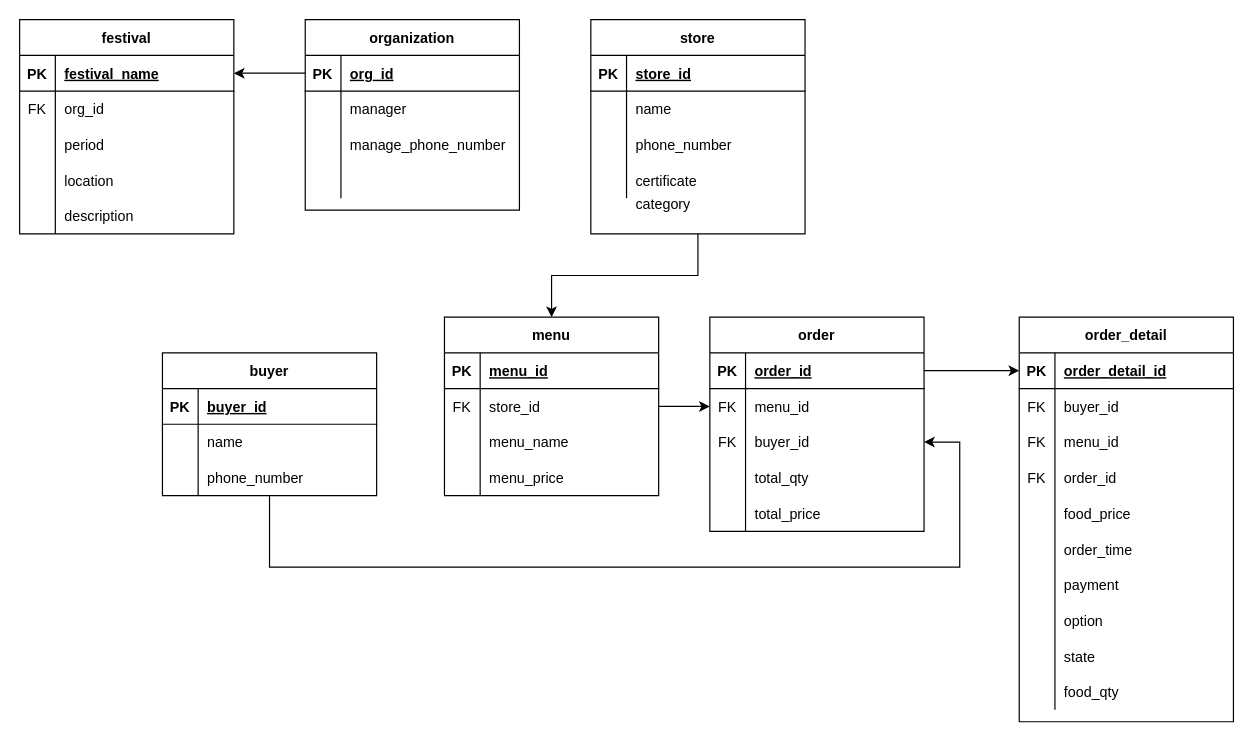
Earlier version of the draw.io diagram DB Diagram.drawio (jaden7856/Goblin_DB_Schema). Source tidied: cells renumbered, new cells numbered last; positions are measured from the earlier drawing's top-left corner, leaving out a move shared by most shapes. Both pictures are drawn from the tidied source at 119%, with x=0, y=0 at pixel (19, 19).
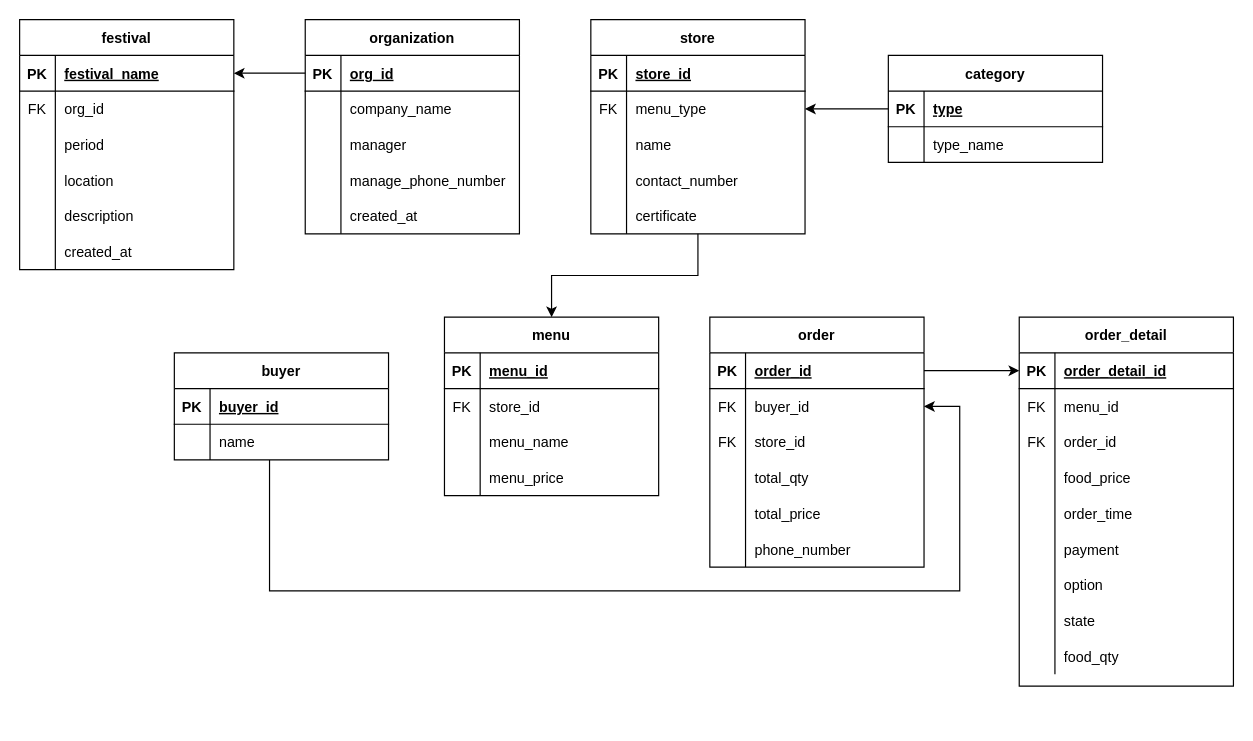
After the change.

Unchanged cells that the change refers to:
```xml
<mxCell id="3" value="store" style="shape=table;startSize=30;childLayout=tableLayout;rowLines=0;fontStyle=1;align=center;" parent="1" vertex="1">
  <mxGeometry x="480" width="180" height="180" as="geometry" />
</mxCell>
<mxCell id="77" value="menu" style="shape=table;startSize=30;childLayout=tableLayout;rowLines=0;fontStyle=1;align=center;" parent="1" vertex="1">
  <mxGeometry x="357" y="250" width="180" height="150" as="geometry" />
</mxCell>
```

Diff of the diagram source:
```diff
@@
+    <mxCell id="122" style="shape=partialRectangle;fillColor=none;top=0;left=0;bottom=0;right=0;points=[[0,0.5],[1,0.5]];portConstraint=eastwest;" parent="3" vertex="1">
+      <mxGeometry y="60" width="180" height="30" as="geometry" />
+    </mxCell>
+    <mxCell id="123" value="FK" style="shape=partialRectangle;fillColor=none;top=0;left=0;bottom=0;right=0;overflow=hidden;" parent="122" vertex="1">
+      <mxGeometry width="30" height="30" as="geometry" />
+    </mxCell>
+    <mxCell id="124" value="menu_type" style="shape=partialRectangle;fillColor=none;top=0;left=0;bottom=0;right=0;align=left;spacingLeft=6;overflow=hidden;" parent="122" vertex="1">
+      <mxGeometry x="30" width="150" height="30" as="geometry" />
+    </mxCell>
     <mxCell id="7" style="shape=partialRectangle;fillColor=none;top=0;left=0;bottom=0;right=0;" parent="3" vertex="1">
-      <mxGeometry y="60" width="180" height="30" as="geometry" />
+      <mxGeometry y="90" width="180" height="30" as="geometry" />
     </mxCell>
@@
     <mxCell id="10" style="shape=partialRectangle;fillColor=none;top=0;left=0;bottom=0;right=0;" parent="3" vertex="1">
-      <mxGeometry y="90" width="180" height="30" as="geometry" />
+      <mxGeometry y="120" width="180" height="30" as="geometry" />
     </mxCell>
@@
-    <mxCell id="12" value="phone_number" style="shape=partialRectangle;fillColor=none;top=0;left=0;bottom=0;right=0;align=left;spacingLeft=6;overflow=hidden;" parent="10" vertex="1">
+    <mxCell id="12" value="contact_number" style="shape=partialRectangle;fillColor=none;top=0;left=0;bottom=0;right=0;align=left;spacingLeft=6;overflow=hidden;" parent="10" vertex="1">
       <mxGeometry x="30" width="150" height="30" as="geometry" />
     </mxCell>
     <mxCell id="13" style="shape=partialRectangle;fillColor=none;top=0;left=0;bottom=0;right=0;" parent="3" vertex="1">
-      <mxGeometry y="120" width="180" height="30" as="geometry" />
+      <mxGeometry y="150" width="180" height="30" as="geometry" />
     </mxCell>
@@
     <mxCell id="16" value="organization" style="shape=table;startSize=30;childLayout=tableLayout;rowLines=0;fontStyle=1;align=center;" parent="1" vertex="1">
-      <mxGeometry x="240" width="180" height="160" as="geometry" />
+      <mxGeometry x="240" width="180" height="180" as="geometry" />
     </mxCell>
@@
+    <mxCell id="125" style="shape=partialRectangle;fillColor=none;top=0;left=0;bottom=0;right=0;" parent="16" vertex="1">
+      <mxGeometry y="60" width="180" height="30" as="geometry" />
+    </mxCell>
+    <mxCell id="126" style="shape=partialRectangle;fillColor=none;top=0;left=0;bottom=0;right=0;overflow=hidden;" parent="125" vertex="1">
+      <mxGeometry width="30" height="30" as="geometry" />
+    </mxCell>
+    <mxCell id="127" value="company_name" style="shape=partialRectangle;fillColor=none;top=0;left=0;bottom=0;right=0;align=left;spacingLeft=6;overflow=hidden;" parent="125" vertex="1">
+      <mxGeometry x="30" width="150" height="30" as="geometry" />
+    </mxCell>
     <mxCell id="20" style="shape=partialRectangle;fillColor=none;top=0;left=0;bottom=0;right=0;" parent="16" vertex="1">
-      <mxGeometry y="60" width="180" height="30" as="geometry" />
+      <mxGeometry y="90" width="180" height="30" as="geometry" />
     </mxCell>
@@
     <mxCell id="23" style="shape=partialRectangle;fillColor=none;top=0;left=0;bottom=0;right=0;" parent="16" vertex="1">
-      <mxGeometry y="90" width="180" height="30" as="geometry" />
+      <mxGeometry y="120" width="180" height="30" as="geometry" />
     </mxCell>
@@
-    <mxCell id="26" style="shape=partialRectangle;fillColor=none;top=0;left=0;bottom=0;right=0;" parent="16" vertex="1">
-      <mxGeometry y="120" width="180" height="30" as="geometry" />
-    </mxCell>
-    <mxCell id="27" style="shape=partialRectangle;fillColor=none;top=0;left=0;bottom=0;right=0;overflow=hidden;" parent="26" vertex="1">
-      <mxGeometry width="30" height="30" as="geometry" />
-    </mxCell>
-    <mxCell id="28" style="shape=partialRectangle;fillColor=none;top=0;left=0;bottom=0;right=0;align=left;spacingLeft=6;overflow=hidden;" parent="26" vertex="1">
-      <mxGeometry x="30" width="150" height="30" as="geometry" />
-    </mxCell>
+    <mxCell id="128" style="shape=partialRectangle;fillColor=none;top=0;left=0;bottom=0;right=0;" parent="16" vertex="1">
+      <mxGeometry y="150" width="180" height="30" as="geometry" />
+    </mxCell>
+    <mxCell id="129" style="shape=partialRectangle;fillColor=none;top=0;left=0;bottom=0;right=0;overflow=hidden;" parent="128" vertex="1">
+      <mxGeometry width="30" height="30" as="geometry" />
+    </mxCell>
+    <mxCell id="130" value="created_at" style="shape=partialRectangle;fillColor=none;top=0;left=0;bottom=0;right=0;align=left;spacingLeft=6;overflow=hidden;" parent="128" vertex="1">
+      <mxGeometry x="30" width="150" height="30" as="geometry" />
+    </mxCell>
     <mxCell id="29" value="order_detail" style="shape=table;startSize=30;childLayout=tableLayout;rowLines=0;fontStyle=1;align=center;" parent="1" vertex="1">
-      <mxGeometry x="840" y="250" width="180" height="340" as="geometry" />
+      <mxGeometry x="840" y="250" width="180" height="310" as="geometry" />
     </mxCell>
@@
-    <mxCell id="33" style="shape=partialRectangle;fillColor=none;top=0;left=0;bottom=0;right=0;" parent="29" vertex="1">
-      <mxGeometry y="60" width="180" height="30" as="geometry" />
-    </mxCell>
-    <mxCell id="34" value="FK" style="shape=partialRectangle;fillColor=none;top=0;left=0;bottom=0;right=0;overflow=hidden;" parent="33" vertex="1">
-      <mxGeometry width="30" height="30" as="geometry" />
-    </mxCell>
-    <mxCell id="35" value="buyer_id" style="shape=partialRectangle;fillColor=none;top=0;left=0;bottom=0;right=0;align=left;spacingLeft=6;overflow=hidden;" parent="33" vertex="1">
-      <mxGeometry x="30" width="150" height="30" as="geometry" />
-    </mxCell>
     <mxCell id="36" style="shape=partialRectangle;fillColor=none;top=0;left=0;bottom=0;right=0;" parent="29" vertex="1">
-      <mxGeometry y="90" width="180" height="30" as="geometry" />
+      <mxGeometry y="60" width="180" height="30" as="geometry" />
     </mxCell>
@@
     <mxCell id="39" style="shape=partialRectangle;fillColor=none;top=0;left=0;bottom=0;right=0;" parent="29" vertex="1">
-      <mxGeometry y="120" width="180" height="30" as="geometry" />
+      <mxGeometry y="90" width="180" height="30" as="geometry" />
     </mxCell>
@@
     <mxCell id="42" style="shape=partialRectangle;fillColor=none;top=0;left=0;bottom=0;right=0;" parent="29" vertex="1">
-      <mxGeometry y="150" width="180" height="30" as="geometry" />
+      <mxGeometry y="120" width="180" height="30" as="geometry" />
     </mxCell>
@@
     <mxCell id="45" style="shape=partialRectangle;fillColor=none;top=0;left=0;bottom=0;right=0;" parent="29" vertex="1">
-      <mxGeometry y="180" width="180" height="30" as="geometry" />
+      <mxGeometry y="150" width="180" height="30" as="geometry" />
     </mxCell>
@@
     <mxCell id="48" style="shape=partialRectangle;fillColor=none;top=0;left=0;bottom=0;right=0;" parent="29" vertex="1">
-      <mxGeometry y="210" width="180" height="30" as="geometry" />
+      <mxGeometry y="180" width="180" height="30" as="geometry" />
     </mxCell>
@@
     <mxCell id="51" style="shape=partialRectangle;fillColor=none;top=0;left=0;bottom=0;right=0;" parent="29" vertex="1">
-      <mxGeometry y="240" width="180" height="30" as="geometry" />
+      <mxGeometry y="210" width="180" height="30" as="geometry" />
     </mxCell>
@@
     <mxCell id="54" style="shape=partialRectangle;fillColor=none;top=0;left=0;bottom=0;right=0;" parent="29" vertex="1">
-      <mxGeometry y="270" width="180" height="30" as="geometry" />
+      <mxGeometry y="240" width="180" height="30" as="geometry" />
     </mxCell>
@@
     <mxCell id="57" style="shape=partialRectangle;fillColor=none;top=0;left=0;bottom=0;right=0;" parent="29" vertex="1">
-      <mxGeometry y="300" width="180" height="30" as="geometry" />
+      <mxGeometry y="270" width="180" height="30" as="geometry" />
     </mxCell>
@@
     <mxCell id="60" value="festival" style="shape=table;startSize=30;childLayout=tableLayout;rowLines=0;fontStyle=1;align=center;" parent="1" vertex="1">
-      <mxGeometry width="180" height="180" as="geometry" />
+      <mxGeometry width="180" height="210" as="geometry" />
     </mxCell>
@@
-    <mxCell id="76" style="edgeStyle=orthogonalEdgeStyle;rounded=0;jettySize=auto;html=1;entryX=0;entryY=0.5;entryDx=0;entryDy=0;" parent="1" edge="1" source="77" target="105">
-      <mxGeometry relative="1" as="geometry" />
-    </mxCell>
+    <mxCell id="131" style="shape=partialRectangle;fillColor=none;top=0;left=0;bottom=0;right=0;" parent="60" vertex="1">
+      <mxGeometry y="180" width="180" height="30" as="geometry" />
+    </mxCell>
+    <mxCell id="132" style="shape=partialRectangle;fillColor=none;top=0;left=0;bottom=0;right=0;overflow=hidden;" parent="131" vertex="1">
+      <mxGeometry width="30" height="30" as="geometry" />
+    </mxCell>
+    <mxCell id="133" value="created_at" style="shape=partialRectangle;fillColor=none;top=0;left=0;bottom=0;right=0;align=left;spacingLeft=6;overflow=hidden;" parent="131" vertex="1">
+      <mxGeometry x="30" width="150" height="30" as="geometry" />
+    </mxCell>
@@
     <mxCell id="90" style="edgeStyle=orthogonalEdgeStyle;rounded=0;jettySize=auto;html=1;entryX=1;entryY=0.5;entryDx=0;entryDy=0;" parent="1" edge="1" source="91" target="108">
       <mxGeometry relative="1" as="geometry">
         <Array as="points">
-          <mxPoint x="210" y="460" />
-          <mxPoint x="790" y="460" />
-          <mxPoint x="790" y="355" />
+          <mxPoint x="210" y="480" />
+          <mxPoint x="790" y="480" />
+          <mxPoint x="790" y="325" />
         </Array>
       </mxGeometry>
     </mxCell>
     <mxCell id="91" value="buyer" style="shape=table;startSize=30;childLayout=tableLayout;rowLines=0;fontStyle=1;align=center;" parent="1" vertex="1">
-      <mxGeometry x="120" y="280" width="180" height="120" as="geometry" />
+      <mxGeometry x="130" y="280" width="180" height="90" as="geometry" />
     </mxCell>
@@
-    <mxCell id="98" style="shape=partialRectangle;fillColor=none;top=0;left=0;bottom=0;right=0;" parent="91" vertex="1">
-      <mxGeometry y="90" width="180" height="30" as="geometry" />
-    </mxCell>
-    <mxCell id="99" style="shape=partialRectangle;fillColor=none;top=0;left=0;bottom=0;right=0;overflow=hidden;" parent="98" vertex="1">
-      <mxGeometry width="30" height="30" as="geometry" />
-    </mxCell>
-    <mxCell id="100" value="phone_number" style="shape=partialRectangle;fillColor=none;top=0;left=0;bottom=0;right=0;align=left;spacingLeft=6;overflow=hidden;" parent="98" vertex="1">
-      <mxGeometry x="30" width="150" height="30" as="geometry" />
-    </mxCell>
     <mxCell id="101" value="order" style="shape=table;startSize=30;childLayout=tableLayout;rowLines=0;fontStyle=1;align=center;" parent="1" vertex="1">
-      <mxGeometry x="580" y="250" width="180" height="180" as="geometry" />
+      <mxGeometry x="580" y="250" width="180" height="210" as="geometry" />
     </mxCell>
@@
-    <mxCell id="105" style="shape=partialRectangle;fillColor=none;top=0;left=0;bottom=0;right=0;points=[[0,0.5],[1,0.5]];portConstraint=eastwest;" parent="101" vertex="1">
-      <mxGeometry y="60" width="180" height="30" as="geometry" />
-    </mxCell>
-    <mxCell id="106" value="FK" style="shape=partialRectangle;fillColor=none;top=0;left=0;bottom=0;right=0;overflow=hidden;" parent="105" vertex="1">
-      <mxGeometry width="30" height="30" as="geometry" />
-    </mxCell>
-    <mxCell id="107" value="menu_id" style="shape=partialRectangle;fillColor=none;top=0;left=0;bottom=0;right=0;align=left;spacingLeft=6;overflow=hidden;" parent="105" vertex="1">
-      <mxGeometry x="30" width="150" height="30" as="geometry" />
-    </mxCell>
     <mxCell id="108" style="shape=partialRectangle;fillColor=none;top=0;left=0;bottom=0;right=0;points=[[0,0.5],[1,0.5]];portConstraint=eastwest;" parent="101" vertex="1">
-      <mxGeometry y="90" width="180" height="30" as="geometry" />
+      <mxGeometry y="60" width="180" height="30" as="geometry" />
     </mxCell>
@@
+    <mxCell id="98" style="shape=partialRectangle;fillColor=none;top=0;left=0;bottom=0;right=0;" parent="101" vertex="1">
+      <mxGeometry y="90" width="180" height="30" as="geometry" />
+    </mxCell>
+    <mxCell id="134" value="FK" style="shape=partialRectangle;fillColor=none;top=0;left=0;bottom=0;right=0;overflow=hidden;" parent="98" vertex="1">
+      <mxGeometry width="30" height="30" as="geometry" />
+    </mxCell>
+    <mxCell id="135" value="store_id" style="shape=partialRectangle;fillColor=none;top=0;left=0;bottom=0;right=0;align=left;spacingLeft=6;overflow=hidden;" parent="98" vertex="1">
+      <mxGeometry x="30" width="150" height="30" as="geometry" />
+    </mxCell>
@@
+    <mxCell id="136" style="shape=partialRectangle;fillColor=none;top=0;left=0;bottom=0;right=0;" parent="101" vertex="1">
+      <mxGeometry y="180" width="180" height="30" as="geometry" />
+    </mxCell>
+    <mxCell id="137" style="shape=partialRectangle;fillColor=none;top=0;left=0;bottom=0;right=0;overflow=hidden;" parent="136" vertex="1">
+      <mxGeometry width="30" height="30" as="geometry" />
+    </mxCell>
+    <mxCell id="100" value="phone_number" style="shape=partialRectangle;fillColor=none;top=0;left=0;bottom=0;right=0;align=left;spacingLeft=6;overflow=hidden;" parent="136" vertex="1">
+      <mxGeometry x="30" width="150" height="30" as="geometry" />
+    </mxCell>
@@
-    <mxCell id="119" style="shape=partialRectangle;fillColor=none;top=0;left=0;bottom=0;right=0;" parent="1" vertex="1">
-      <mxGeometry x="480" y="140" width="180" height="30" as="geometry" />
-    </mxCell>
-    <mxCell id="120" style="shape=partialRectangle;fillColor=none;top=0;left=0;bottom=0;right=0;overflow=hidden;" parent="119" vertex="1">
-      <mxGeometry width="30" height="30" as="geometry" />
-    </mxCell>
+    <mxCell id="138" style="edgeStyle=orthogonalEdgeStyle;rounded=0;jettySize=auto;html=1;entryX=1;entryY=0.5;entryDx=0;entryDy=0;" parent="1" edge="1" source="121" target="122">
+      <mxGeometry relative="1" as="geometry" />
+    </mxCell>
-    <mxCell id="121" value="category" style="shape=partialRectangle;fillColor=none;top=0;left=0;bottom=0;right=0;align=left;spacingLeft=6;overflow=hidden;" parent="119" vertex="1">
-      <mxGeometry x="30" width="150" height="30" as="geometry" />
+    <mxCell id="121" value="category" style="shape=table;startSize=30;childLayout=tableLayout;rowLines=0;fontStyle=1;align=center;" parent="1" vertex="1">
+      <mxGeometry x="730" y="30" width="180" height="90" as="geometry" />
     </mxCell>
+    <mxCell id="139" style="shape=partialRectangle;fillColor=none;top=0;left=0;bottom=1;right=0;" parent="121" vertex="1">
+      <mxGeometry y="30" width="180" height="30" as="geometry" />
+    </mxCell>
+    <mxCell id="140" value="PK" style="shape=partialRectangle;fillColor=none;top=0;left=0;bottom=0;right=0;fontStyle=1;overflow=hidden;" parent="139" vertex="1">
+      <mxGeometry width="30" height="30" as="geometry" />
+    </mxCell>
+    <mxCell id="141" value="type" style="shape=partialRectangle;fillColor=none;top=0;left=0;bottom=0;right=0;align=left;spacingLeft=6;fontStyle=5;overflow=hidden;" parent="139" vertex="1">
+      <mxGeometry x="30" width="150" height="30" as="geometry" />
+    </mxCell>
+    <mxCell id="142" style="shape=partialRectangle;fillColor=none;top=0;left=0;bottom=0;right=0;" parent="121" vertex="1">
+      <mxGeometry y="60" width="180" height="30" as="geometry" />
+    </mxCell>
+    <mxCell id="143" style="shape=partialRectangle;fillColor=none;top=0;left=0;bottom=0;right=0;overflow=hidden;" parent="142" vertex="1">
+      <mxGeometry width="30" height="30" as="geometry" />
+    </mxCell>
+    <mxCell id="144" value="type_name" style="shape=partialRectangle;fillColor=none;top=0;left=0;bottom=0;right=0;align=left;spacingLeft=6;overflow=hidden;" parent="142" vertex="1">
+      <mxGeometry x="30" width="150" height="30" as="geometry" />
+    </mxCell>
```
